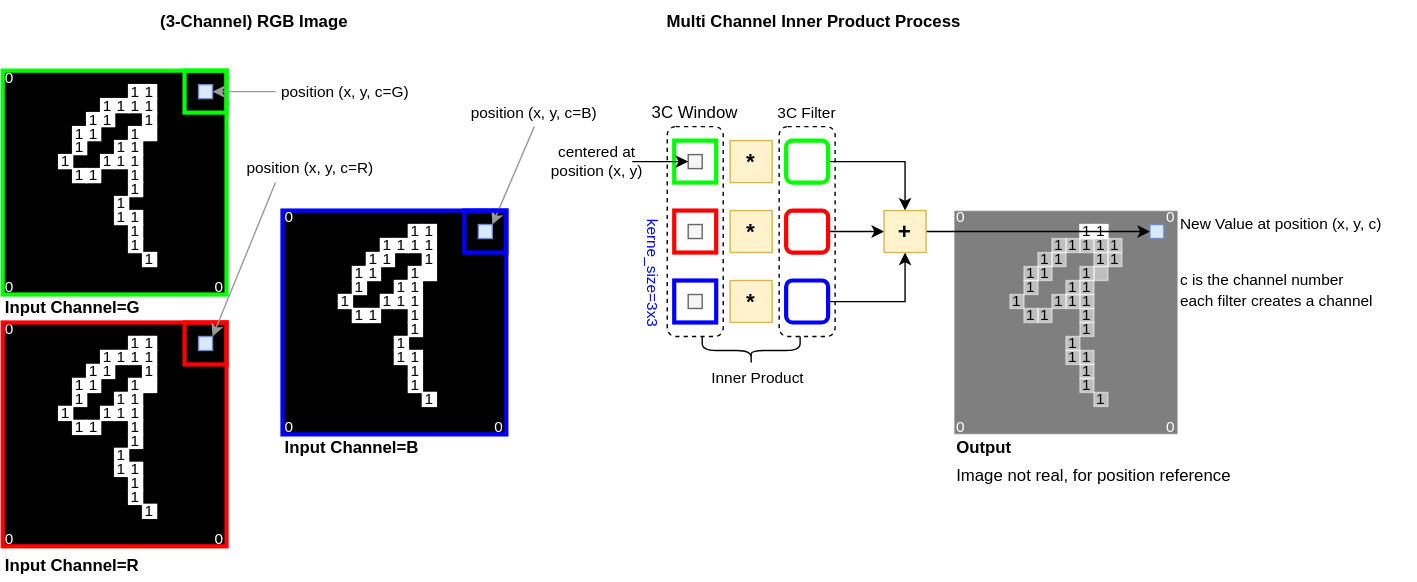
This is Multi-channel Convolution.svg from yyhtbs-yye/course_images, a draw.io export, as it was before one commit. Source tidied: cells renumbered, new cells last; positions are measured from the earlier drawing's top-left corner, leaving out a move shared by most shapes.
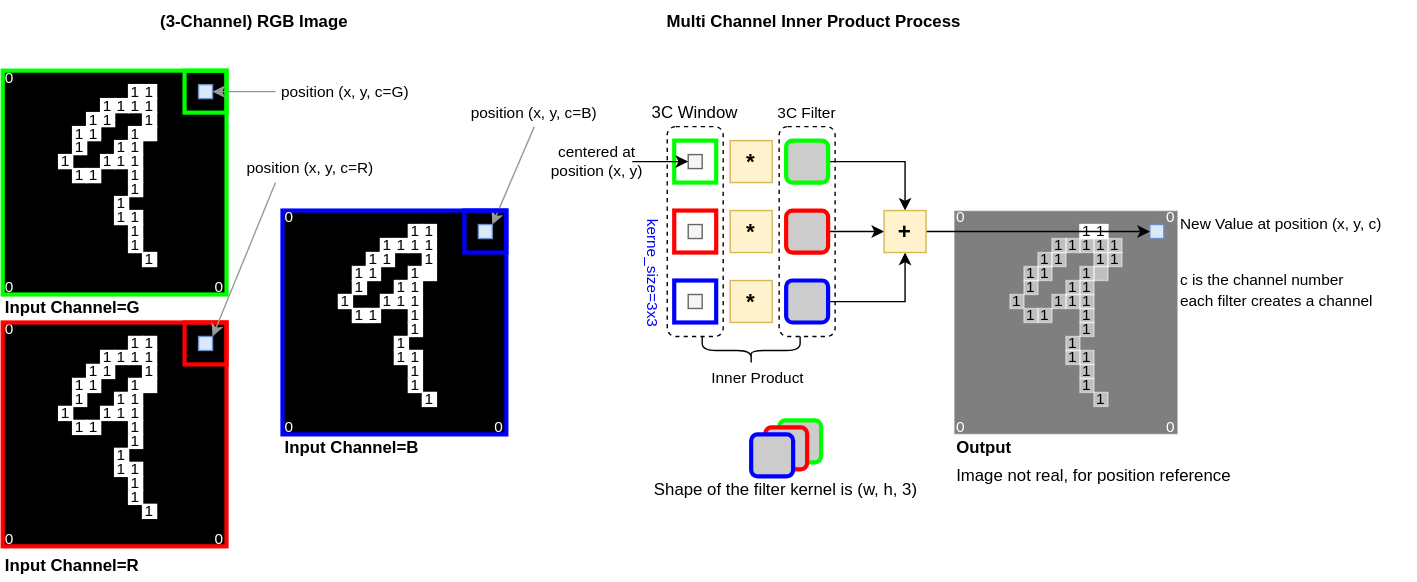
After the change.

What changed in the source:
```diff
@@ -359,19 +359,19 @@
     <mxCell id="120" style="edgeStyle=orthogonalEdgeStyle;rounded=0;jettySize=auto;html=1;fontSize=16;" parent="1" edge="1" source="121" target="130">
       <mxGeometry relative="1" as="geometry" />
     </mxCell>
-    <mxCell id="121" style="rounded=1;whiteSpace=wrap;html=1;fillColor=none;strokeColor=#00FF00;strokeWidth=3;" parent="1" vertex="1">
+    <mxCell id="121" style="rounded=1;whiteSpace=wrap;html=1;fillColor=#CCCCCC;strokeColor=#00FF00;strokeWidth=3;" parent="1" vertex="1">
       <mxGeometry x="560" y="100" width="30" height="30" as="geometry" />
     </mxCell>
     <mxCell id="122" style="edgeStyle=orthogonalEdgeStyle;rounded=0;jettySize=auto;html=1;fontSize=16;" parent="1" edge="1" source="123" target="130">
       <mxGeometry relative="1" as="geometry" />
     </mxCell>
-    <mxCell id="123" style="rounded=1;whiteSpace=wrap;html=1;fillColor=none;strokeColor=#FF0000;strokeWidth=3;" parent="1" vertex="1">
+    <mxCell id="123" style="rounded=1;whiteSpace=wrap;html=1;fillColor=#CCCCCC;strokeColor=#FF0000;strokeWidth=3;" parent="1" vertex="1">
       <mxGeometry x="560" y="150" width="30" height="30" as="geometry" />
     </mxCell>
     <mxCell id="124" style="edgeStyle=orthogonalEdgeStyle;rounded=0;jettySize=auto;html=1;fontSize=16;" parent="1" edge="1" source="125" target="130">
       <mxGeometry relative="1" as="geometry" />
     </mxCell>
-    <mxCell id="125" style="rounded=1;whiteSpace=wrap;html=1;fillColor=none;strokeColor=#0000FF;strokeWidth=3;" parent="1" vertex="1">
+    <mxCell id="125" style="rounded=1;whiteSpace=wrap;html=1;fillColor=#CCCCCC;strokeColor=#0000FF;strokeWidth=3;" parent="1" vertex="1">
       <mxGeometry x="560" y="200" width="30" height="30" as="geometry" />
     </mxCell>
     <mxCell id="126" value="*" style="text;html=1;strokeColor=#d6b656;fillColor=#fff2cc;align=center;verticalAlign=middle;whiteSpace=wrap;rounded=0;fontSize=16;fontStyle=1;" parent="1" vertex="1">
@@ -592,5 +592,17 @@
     <mxCell id="196" style="endArrow=classic;html=1;rounded=0;fontSize=11;fontColor=default;strokeColor=#999999;entryX=1;entryY=0;entryDx=0;entryDy=0;exitX=0.25;exitY=1;exitDx=0;exitDy=0;" parent="1" edge="1" source="195" target="152">
       <mxGeometry relative="1" as="geometry" />
     </mxCell>
+    <mxCell id="197" style="rounded=1;whiteSpace=wrap;html=1;fillColor=#CCCCCC;strokeColor=#00FF00;strokeWidth=3;" parent="1" vertex="1">
+      <mxGeometry x="555" y="300" width="30" height="30" as="geometry" />
+    </mxCell>
+    <mxCell id="198" style="rounded=1;whiteSpace=wrap;html=1;fillColor=#CCCCCC;strokeColor=#FF0000;strokeWidth=3;" parent="1" vertex="1">
+      <mxGeometry x="545" y="305" width="30" height="30" as="geometry" />
+    </mxCell>
+    <mxCell id="199" style="rounded=1;whiteSpace=wrap;html=1;fillColor=#CCCCCC;strokeColor=#0000FF;strokeWidth=3;" parent="1" vertex="1">
+      <mxGeometry x="535" y="310" width="30" height="30" as="geometry" />
+    </mxCell>
+    <mxCell id="200" value="Shape of the filter kernel is (w, h, 3)" style="text;html=1;strokeColor=none;fillColor=none;align=center;verticalAlign=middle;whiteSpace=wrap;rounded=0;fontColor=default;" parent="1" vertex="1">
+      <mxGeometry x="460" y="340" width="200" height="20" as="geometry" />
+    </mxCell>
   </root>
 </mxGraphModel>
```
